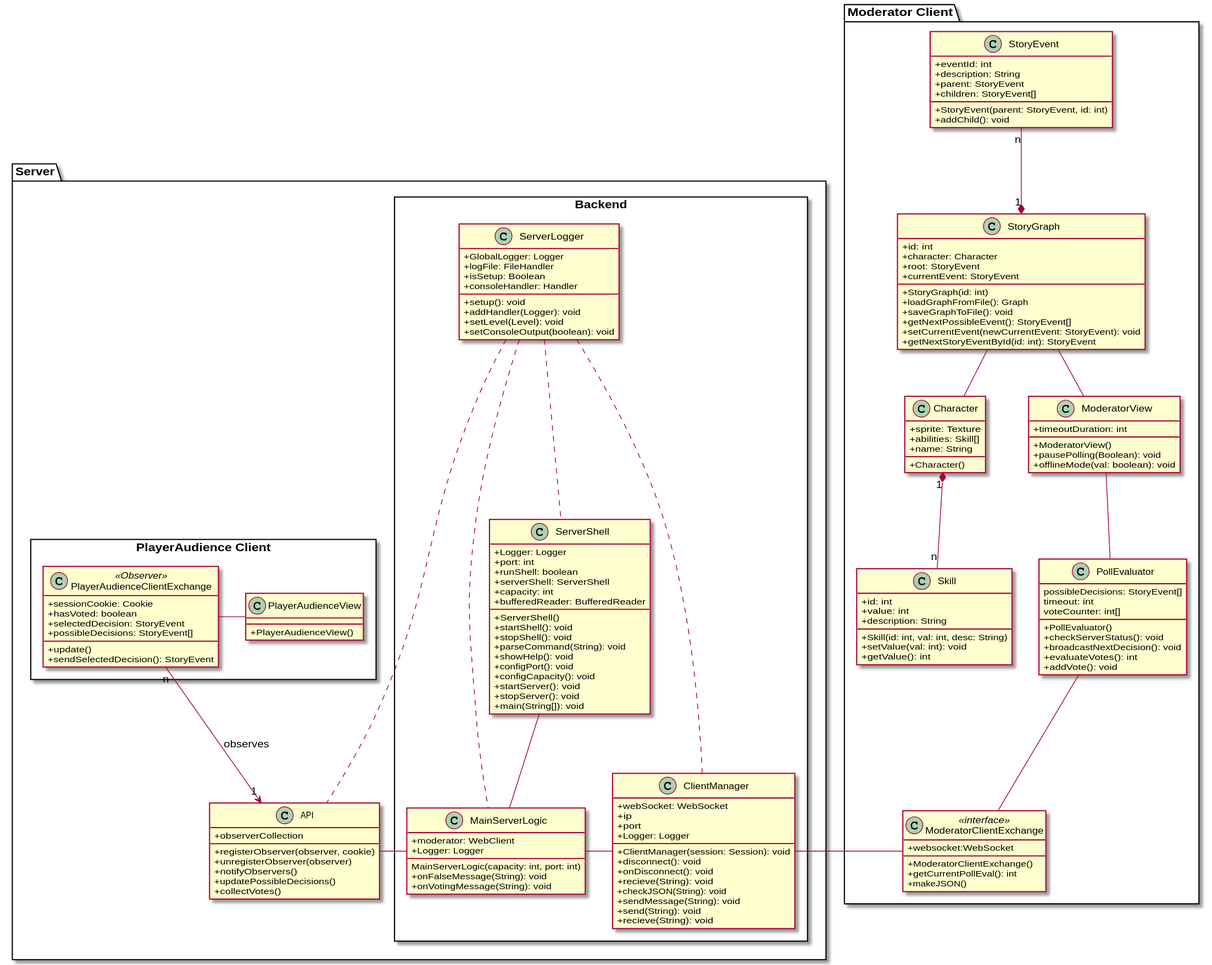
The PlantUML diagram Docs/Technical Specifications/docs/diagrams/ClassDiagram.svg in Brotenko/QualityQuest, before a commit.
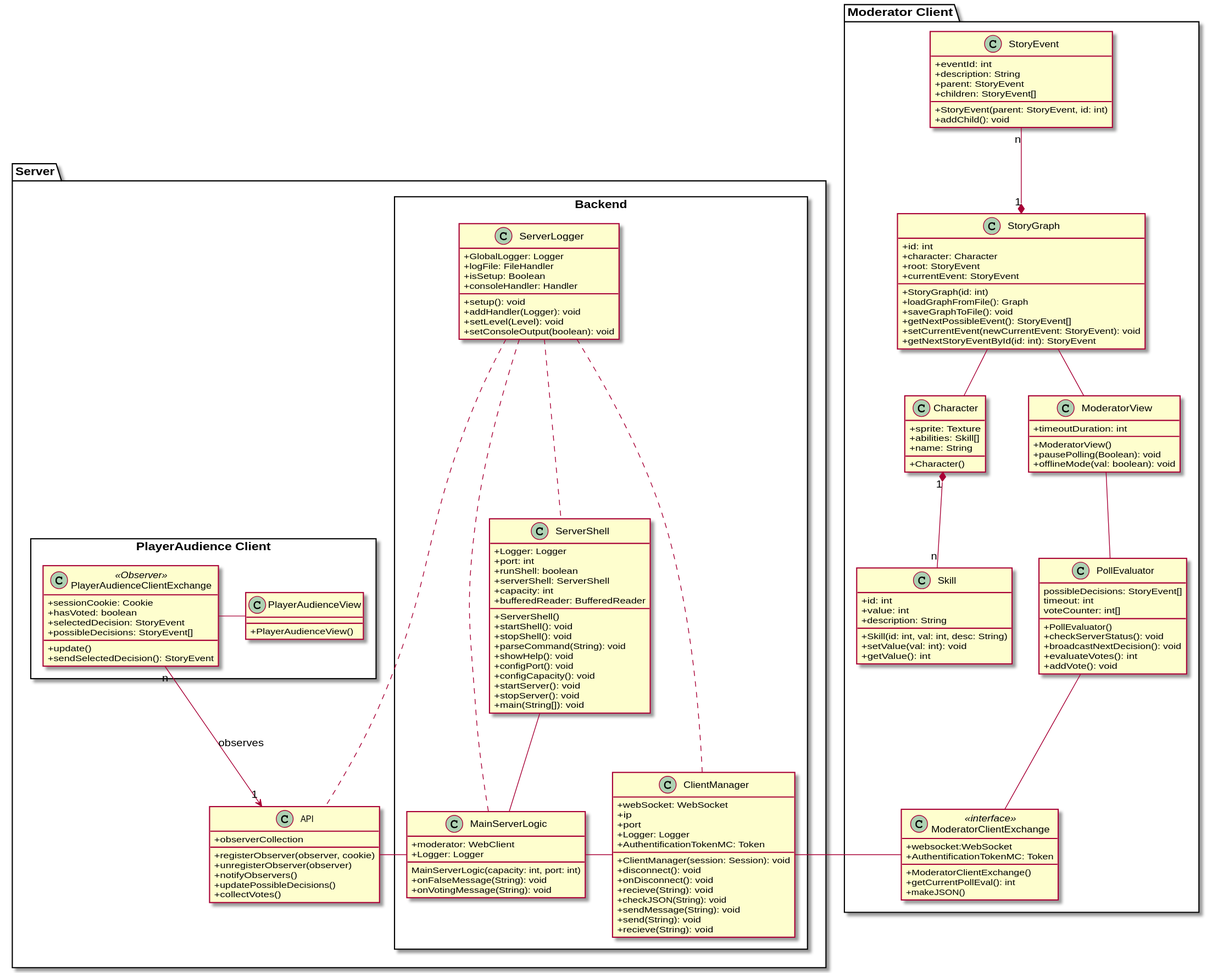
The same diagram one commit later.

Commit message:
updated class diagrams

Change to the diagram source:
```diff
@@ -62,6 +62,7 @@
 
   class "ModeratorClientExchange" as mcei <<interface>>{
     {field} +websocket:WebSocket
+    {field} +AuthentificationTokenMC: Token
     {method} +ModeratorClientExchange()
     {method} +getCurrentPollEval(): int
     {method} +makeJSON()
@@ -109,6 +110,7 @@
       {field} +ip
       {field} +port
       {field} +Logger: Logger
+      {field} +AuthentificationTokenMC: Token
       {method} +ClientManager(session: Session): void
       {method} +disconnect(): void
       {method} +onDisconnect(): void
```
